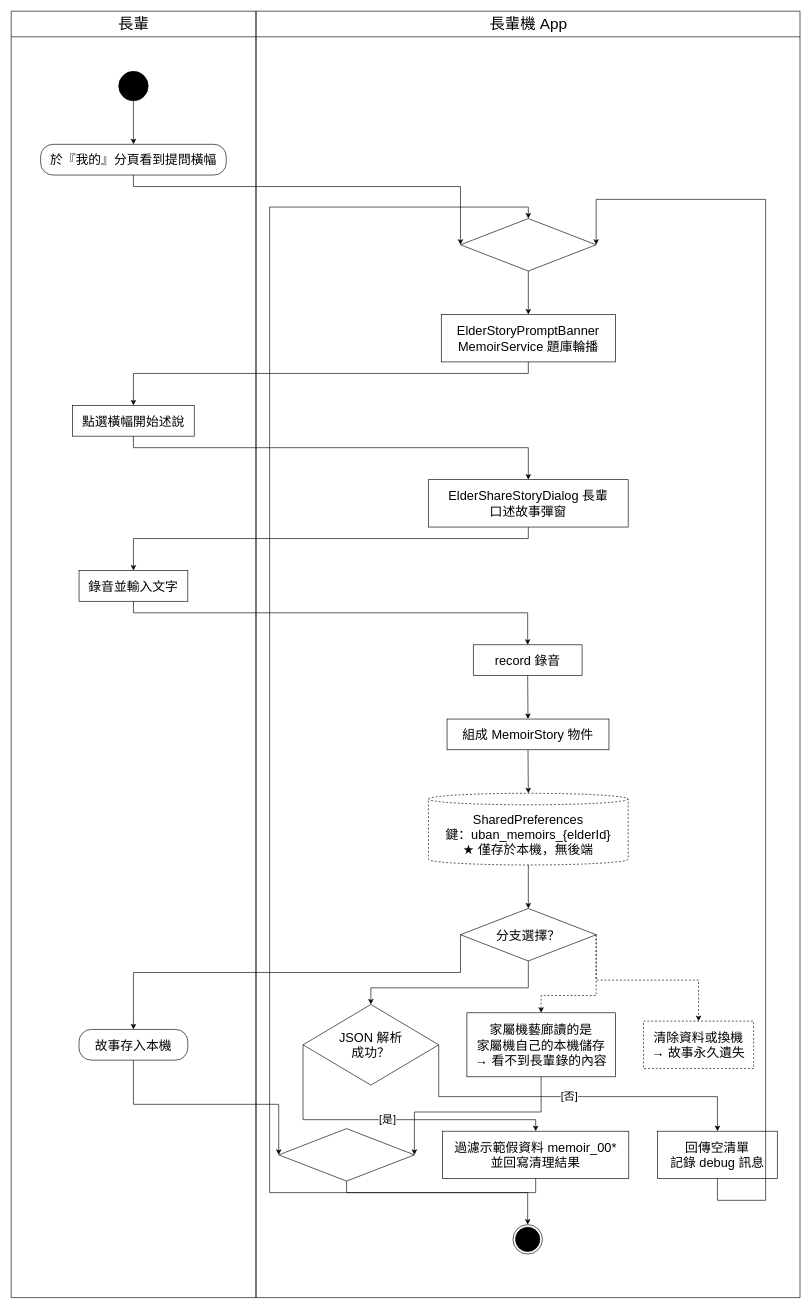
The draw.io diagram Uban System Documents/drawio圖/A12-生命回顧（長輩）.drawio in HuangYu-Kai/Uban, before the edit. Source tidied: cells renumbered, new cells numbered last; positions are measured from the earlier drawing's top-left corner, leaving out a move shared by most shapes. Both pictures are drawn from the tidied source at 64%, with x=0, y=0 at pixel (11, 11).
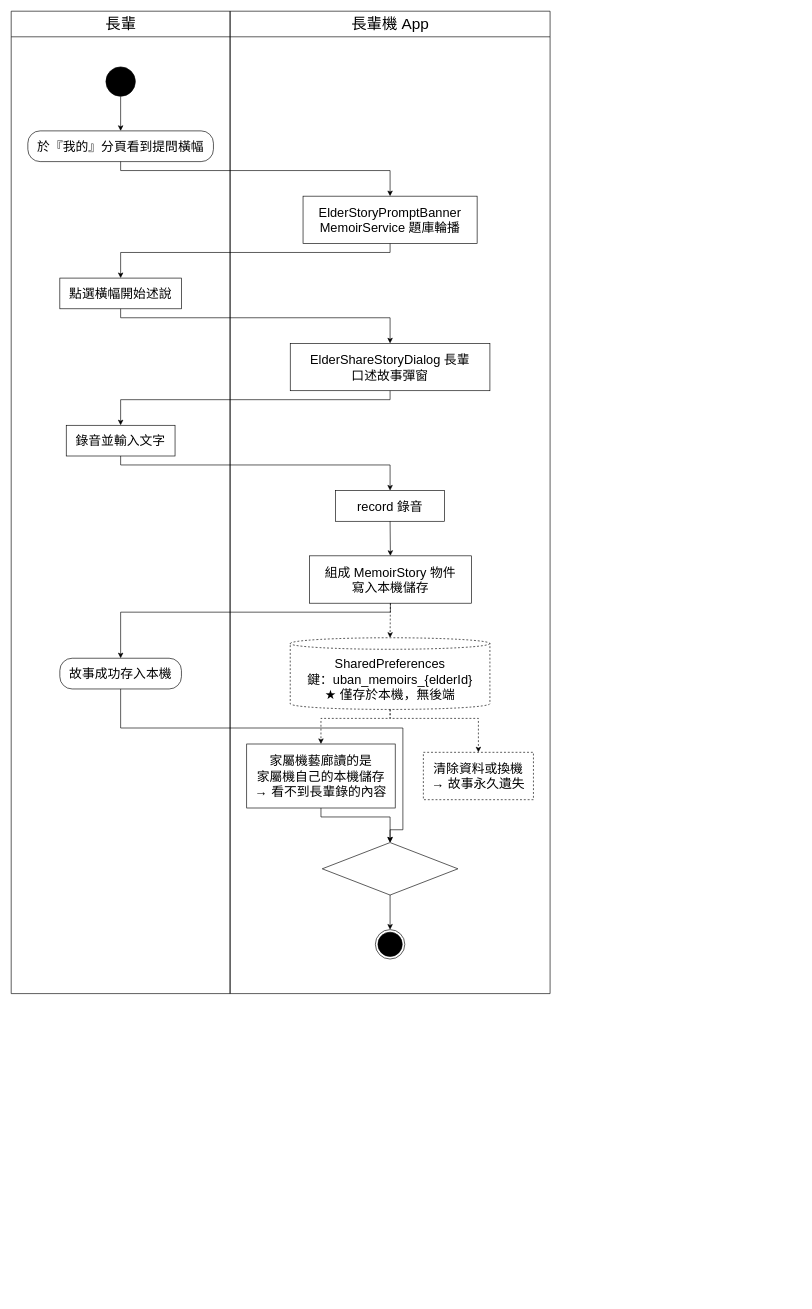
Above is the later version.

Change to the diagram source:
```diff
@@
     <mxCell id="2" value="長輩" style="swimlane;html=1;horizontal=1;startSize=40;fillColor=none;strokeColor=#000000;fontSize=24;fontColor=#000000;fontStyle=0;swimlaneFillColor=none;" parent="1" vertex="1">
-      <mxGeometry width="382.5" height="2010" as="geometry" />
+      <mxGeometry width="342" height="1535" as="geometry" />
     </mxCell>
     <mxCell id="3" value="長輩機 App" style="swimlane;html=1;horizontal=1;startSize=40;fillColor=none;strokeColor=#000000;fontSize=24;fontColor=#000000;fontStyle=0;swimlaneFillColor=none;" parent="1" vertex="1">
-      <mxGeometry x="382.5" width="850" height="2010" as="geometry" />
+      <mxGeometry x="342" width="500" height="1535" as="geometry" />
     </mxCell>
     <mxCell id="4" style="ellipse;html=1;fillColor=#000000;strokeColor=#000000;" parent="2" vertex="1">
-      <mxGeometry x="168" y="94" width="46" height="46" as="geometry" />
+      <mxGeometry x="148" y="87" width="46" height="46" as="geometry" />
     </mxCell>
     <mxCell id="5" value="於『我的』分頁看到提問橫幅" style="rounded=1;arcSize=40;whiteSpace=wrap;html=1;fillColor=#FFFFFF;strokeColor=#000000;fontSize=20;fontColor=#000000;" parent="2" vertex="1">
-      <mxGeometry x="46" y="208" width="290" height="48" as="geometry" />
+      <mxGeometry x="26" y="187" width="290" height="48" as="geometry" />
     </mxCell>
     <mxCell id="6" value="點選橫幅開始述說" style="rounded=0;whiteSpace=wrap;html=1;fillColor=#FFFFFF;strokeColor=#000000;fontSize=20;fontColor=#000000;" parent="2" vertex="1">
-      <mxGeometry x="96" y="616" width="190" height="48" as="geometry" />
+      <mxGeometry x="76" y="417" width="190" height="48" as="geometry" />
     </mxCell>
     <mxCell id="7" value="錄音並輸入文字" style="rounded=0;whiteSpace=wrap;html=1;fillColor=#FFFFFF;strokeColor=#000000;fontSize=20;fontColor=#000000;" parent="2" vertex="1">
-      <mxGeometry x="106" y="874" width="170" height="48" as="geometry" />
+      <mxGeometry x="86" y="647" width="170" height="48" as="geometry" />
     </mxCell>
-    <mxCell id="8" value="故事存入本機" style="rounded=1;arcSize=40;whiteSpace=wrap;html=1;fillColor=#FFFFFF;strokeColor=#000000;fontSize=20;fontColor=#000000;" parent="2" vertex="1">
-      <mxGeometry x="106" y="1591" width="170" height="48" as="geometry" />
+    <mxCell id="8" value="故事成功存入本機" style="rounded=1;arcSize=40;whiteSpace=wrap;html=1;fillColor=#FFFFFF;strokeColor=#000000;fontSize=20;fontColor=#000000;" parent="2" vertex="1">
+      <mxGeometry x="76" y="1011" width="190" height="48" as="geometry" />
     </mxCell>
     <mxCell id="9" value="ElderStoryPromptBanner&lt;br&gt;MemoirService 題庫輪播" style="rounded=0;whiteSpace=wrap;html=1;fillColor=#FFFFFF;strokeColor=#000000;fontSize=20;fontColor=#000000;" parent="3" vertex="1">
-      <mxGeometry x="289.5" y="474" width="272" height="74" as="geometry" />
+      <mxGeometry x="114" y="289" width="272" height="74" as="geometry" />
     </mxCell>
     <mxCell id="10" value="ElderShareStoryDialog 長輩&lt;br&gt;口述故事彈窗" style="rounded=0;whiteSpace=wrap;html=1;fillColor=#FFFFFF;strokeColor=#000000;fontSize=20;fontColor=#000000;" parent="3" vertex="1">
-      <mxGeometry x="269.5" y="732" width="312" height="74" as="geometry" />
+      <mxGeometry x="94" y="519" width="312" height="74" as="geometry" />
     </mxCell>
     <mxCell id="11" value="record 錄音" style="rounded=0;whiteSpace=wrap;html=1;fillColor=#FFFFFF;strokeColor=#000000;fontSize=20;fontColor=#000000;" parent="3" vertex="1">
-      <mxGeometry x="339.5" y="990" width="170" height="48" as="geometry" />
+      <mxGeometry x="165" y="749" width="170" height="48" as="geometry" />
     </mxCell>
-    <mxCell id="12" value="組成 MemoirStory 物件" style="rounded=0;whiteSpace=wrap;html=1;fillColor=#FFFFFF;strokeColor=#000000;fontSize=20;fontColor=#000000;" parent="3" vertex="1">
-      <mxGeometry x="298.5" y="1106" width="253" height="48" as="geometry" />
+    <mxCell id="12" value="組成 MemoirStory 物件&lt;br&gt;寫入本機儲存" style="rounded=0;whiteSpace=wrap;html=1;fillColor=#FFFFFF;strokeColor=#000000;fontSize=20;fontColor=#000000;" parent="3" vertex="1">
+      <mxGeometry x="124" y="851" width="253" height="74" as="geometry" />
     </mxCell>
-    <mxCell id="13" value="過濾示範假資料 memoir_00*&lt;br&gt;並回寫清理結果" style="rounded=0;whiteSpace=wrap;html=1;fillColor=#FFFFFF;strokeColor=#000000;fontSize=20;fontColor=#000000;" parent="3" vertex="1">
-      <mxGeometry x="291.5" y="1750" width="291" height="74" as="geometry" />
-    </mxCell>
-    <mxCell id="14" value="JSON 解析&lt;br&gt;成功？" style="rhombus;whiteSpace=wrap;html=1;fillColor=#FFFFFF;strokeColor=#000000;fontSize=20;fontColor=#000000;" parent="3" vertex="1">
-      <mxGeometry x="73.5" y="1552" width="212" height="126" as="geometry" />
-    </mxCell>
-    <mxCell id="15" value="回傳空清單&lt;br&gt;記錄 debug 訊息" style="rounded=0;whiteSpace=wrap;html=1;fillColor=#FFFFFF;strokeColor=#000000;fontSize=20;fontColor=#000000;" parent="3" vertex="1">
-      <mxGeometry x="627.5" y="1750" width="187" height="74" as="geometry" />
-    </mxCell>
     <mxCell id="16" value="SharedPreferences&lt;br&gt;鍵：uban_memoirs_{elderId}&lt;br&gt;★ 僅存於本機，無後端" style="shape=cylinder3;boundedLbl=1;backgroundOutline=1;size=9;whiteSpace=wrap;html=1;fillColor=#FFFFFF;strokeColor=#000000;fontSize=20;fontColor=#000000;dashed=1;" parent="3" vertex="1">
-      <mxGeometry x="269.5" y="1222" width="312" height="112" as="geometry" />
+      <mxGeometry x="94" y="979" width="312" height="112" as="geometry" />
     </mxCell>
     <mxCell id="17" value="家屬機藝廊讀的是&lt;br&gt;家屬機自己的本機儲存&lt;br&gt;→ 看不到長輩錄的內容" style="rounded=0;whiteSpace=wrap;html=1;fillColor=#FFFFFF;strokeColor=#000000;fontSize=20;fontColor=#000000;" parent="3" vertex="1">
-      <mxGeometry x="329.5" y="1565" width="232" height="100" as="geometry" />
+      <mxGeometry x="26" y="1145" width="232" height="100" as="geometry" />
     </mxCell>
     <mxCell id="18" value="清除資料或換機&lt;br&gt;→ 故事永久遺失" style="rounded=0;whiteSpace=wrap;html=1;fillColor=#FFFFFF;strokeColor=#000000;fontSize=20;fontColor=#000000;dashed=1;" parent="3" vertex="1">
-      <mxGeometry x="605.5" y="1578" width="172" height="74" as="geometry" />
+      <mxGeometry x="302" y="1158" width="172" height="74" as="geometry" />
     </mxCell>
-    <mxCell id="19" value="分支選擇？" style="rhombus;whiteSpace=wrap;html=1;fillColor=#FFFFFF;strokeColor=#000000;fontSize=20;fontColor=#000000;" parent="3" vertex="1">
-      <mxGeometry x="319.5" y="1402" width="212" height="82" as="geometry" />
-    </mxCell>
-    <mxCell id="20" style="rhombus;whiteSpace=wrap;html=1;fillColor=#FFFFFF;strokeColor=#000000;fontSize=20;fontColor=#000000;" parent="3" vertex="1">
-      <mxGeometry x="319.5" y="324" width="212" height="82" as="geometry" />
-    </mxCell>
     <mxCell id="21" style="rhombus;whiteSpace=wrap;html=1;fillColor=#FFFFFF;strokeColor=#000000;fontSize=20;fontColor=#000000;" parent="3" vertex="1">
-      <mxGeometry x="35.5" y="1746" width="212" height="82" as="geometry" />
+      <mxGeometry x="144" y="1299" width="212" height="82" as="geometry" />
     </mxCell>
     <mxCell id="22" style="ellipse;html=1;shape=endState;fillColor=#000000;strokeColor=#000000;" parent="3" vertex="1">
-      <mxGeometry x="401.5" y="1896" width="46" height="46" as="geometry" />
+      <mxGeometry x="227" y="1435" width="46" height="46" as="geometry" />
     </mxCell>
@@
-    <mxCell id="24" style="edgeStyle=none;rounded=0;html=1;strokeColor=#000000;fontSize=17;fontColor=#000000;labelBackgroundColor=#FFFFFF;endArrow=classic;endFill=1;exitPerimeter=0;entryPerimeter=0;exitX=0.5;exitY=1;exitDx=0;exitDy=0;entryX=0;entryY=0.5;entryDx=0;entryDy=0;" parent="1" edge="1" source="5" target="20">
+    <mxCell id="24" style="edgeStyle=none;rounded=0;html=1;strokeColor=#000000;fontSize=17;fontColor=#000000;labelBackgroundColor=#FFFFFF;endArrow=classic;endFill=1;exitPerimeter=0;entryPerimeter=0;exitX=0.5;exitY=1;exitDx=0;exitDy=0;entryX=0.5;entryY=0;entryDx=0;entryDy=0;" parent="1" edge="1" source="5" target="9">
       <mxGeometry relative="1" as="geometry">
         <Array as="points">
-          <mxPoint x="191" y="274" />
-          <mxPoint x="702" y="274" />
+          <mxPoint x="171" y="249" />
+          <mxPoint x="592" y="249" />
         </Array>
       </mxGeometry>
     </mxCell>
     <mxCell id="25" style="edgeStyle=none;rounded=0;html=1;strokeColor=#000000;fontSize=17;fontColor=#000000;labelBackgroundColor=#FFFFFF;endArrow=classic;endFill=1;exitPerimeter=0;entryPerimeter=0;exitX=0.5;exitY=1;exitDx=0;exitDy=0;entryX=0.5;entryY=0;entryDx=0;entryDy=0;" parent="1" edge="1" source="9" target="6">
       <mxGeometry relative="1" as="geometry">
         <Array as="points">
-          <mxPoint x="808" y="566" />
-          <mxPoint x="191" y="566" />
+          <mxPoint x="592" y="377" />
+          <mxPoint x="171" y="377" />
         </Array>
       </mxGeometry>
     </mxCell>
     <mxCell id="26" style="edgeStyle=none;rounded=0;html=1;strokeColor=#000000;fontSize=17;fontColor=#000000;labelBackgroundColor=#FFFFFF;endArrow=classic;endFill=1;exitPerimeter=0;entryPerimeter=0;exitX=0.5;exitY=1;exitDx=0;exitDy=0;entryX=0.5;entryY=0;entryDx=0;entryDy=0;" parent="1" edge="1" source="6" target="10">
       <mxGeometry relative="1" as="geometry">
         <Array as="points">
-          <mxPoint x="191" y="682" />
-          <mxPoint x="808" y="682" />
+          <mxPoint x="171" y="479" />
+          <mxPoint x="592" y="479" />
         </Array>
       </mxGeometry>
     </mxCell>
     <mxCell id="27" style="edgeStyle=none;rounded=0;html=1;strokeColor=#000000;fontSize=17;fontColor=#000000;labelBackgroundColor=#FFFFFF;endArrow=classic;endFill=1;exitPerimeter=0;entryPerimeter=0;exitX=0.5;exitY=1;exitDx=0;exitDy=0;entryX=0.5;entryY=0;entryDx=0;entryDy=0;" parent="1" edge="1" source="10" target="7">
       <mxGeometry relative="1" as="geometry">
         <Array as="points">
-          <mxPoint x="808" y="824" />
-          <mxPoint x="191" y="824" />
+          <mxPoint x="592" y="607" />
+          <mxPoint x="171" y="607" />
         </Array>
       </mxGeometry>
     </mxCell>
     <mxCell id="28" style="edgeStyle=none;rounded=0;html=1;strokeColor=#000000;fontSize=17;fontColor=#000000;labelBackgroundColor=#FFFFFF;endArrow=classic;endFill=1;exitPerimeter=0;entryPerimeter=0;exitX=0.5;exitY=1;exitDx=0;exitDy=0;entryX=0.5;entryY=0;entryDx=0;entryDy=0;" parent="1" edge="1" source="7" target="11">
       <mxGeometry relative="1" as="geometry">
         <Array as="points">
-          <mxPoint x="191" y="940" />
-          <mxPoint x="807" y="940" />
+          <mxPoint x="171" y="709" />
+          <mxPoint x="592" y="709" />
         </Array>
       </mxGeometry>
     </mxCell>
@@
-    <mxCell id="30" style="edgeStyle=none;rounded=0;html=1;strokeColor=#000000;fontSize=17;fontColor=#000000;labelBackgroundColor=#FFFFFF;endArrow=classic;endFill=1;exitPerimeter=0;entryPerimeter=0;exitX=0.5;exitY=1;exitDx=0;exitDy=0;entryX=0.5;entryY=0;entryDx=0;entryDy=0;" parent="1" edge="1" source="12" target="16">
+    <mxCell id="30" style="edgeStyle=none;rounded=0;html=1;strokeColor=#000000;fontSize=17;fontColor=#000000;labelBackgroundColor=#FFFFFF;endArrow=classic;endFill=1;exitPerimeter=0;entryPerimeter=0;dashed=1;exitX=0.5;exitY=1;exitDx=0;exitDy=0;entryX=0.5;entryY=0;entryDx=0;entryDy=0;" parent="1" edge="1" source="12" target="16">
       <mxGeometry relative="1" as="geometry" />
     </mxCell>
-    <mxCell id="31" style="edgeStyle=none;rounded=0;html=1;strokeColor=#000000;fontSize=17;fontColor=#000000;labelBackgroundColor=#FFFFFF;endArrow=classic;endFill=1;exitPerimeter=0;entryPerimeter=0;exitX=0;exitY=0.5;exitDx=0;exitDy=0;entryX=0.5;entryY=0;entryDx=0;entryDy=0;" parent="1" edge="1" source="19" target="8">
+    <mxCell id="31" style="edgeStyle=none;rounded=0;html=1;strokeColor=#000000;fontSize=17;fontColor=#000000;labelBackgroundColor=#FFFFFF;endArrow=classic;endFill=1;exitPerimeter=0;entryPerimeter=0;exitX=0.5;exitY=1;exitDx=0;exitDy=0;entryX=0.5;entryY=0;entryDx=0;entryDy=0;" parent="1" edge="1" source="12" target="8">
       <mxGeometry relative="1" as="geometry">
         <Array as="points">
-          <mxPoint x="702" y="1502" />
-          <mxPoint x="191" y="1502" />
+          <mxPoint x="592.5" y="939" />
+          <mxPoint x="171" y="939" />
         </Array>
       </mxGeometry>
     </mxCell>
-    <mxCell id="32" style="edgeStyle=none;rounded=0;html=1;strokeColor=#000000;fontSize=17;fontColor=#000000;labelBackgroundColor=#FFFFFF;endArrow=classic;endFill=1;exitPerimeter=0;entryPerimeter=0;exitX=0.5;exitY=1;exitDx=0;exitDy=0;entryX=0.5;entryY=0;entryDx=0;entryDy=0;" parent="1" edge="1" source="19" target="14">
+    <mxCell id="32" style="edgeStyle=none;rounded=0;html=1;strokeColor=#000000;fontSize=17;fontColor=#000000;labelBackgroundColor=#FFFFFF;endArrow=classic;endFill=1;exitPerimeter=0;entryPerimeter=0;dashed=1;exitX=0.5;exitY=1;exitDx=0;exitDy=0;entryX=0.5;entryY=0;entryDx=0;entryDy=0;" parent="1" edge="1" source="16" target="17">
       <mxGeometry relative="1" as="geometry">
         <Array as="points">
-          <mxPoint x="808" y="1526" />
-          <mxPoint x="562" y="1526" />
+          <mxPoint x="592" y="1105" />
+          <mxPoint x="484" y="1105" />
         </Array>
       </mxGeometry>
     </mxCell>
-    <mxCell id="33" value="[是]" style="edgeStyle=none;rounded=0;html=1;strokeColor=#000000;fontSize=17;fontColor=#000000;labelBackgroundColor=#FFFFFF;endArrow=classic;endFill=1;exitPerimeter=0;entryPerimeter=0;exitX=0;exitY=0.5;exitDx=0;exitDy=0;entryX=0.5;entryY=0;entryDx=0;entryDy=0;" parent="1" edge="1" source="14" target="13">
+    <mxCell id="33" style="edgeStyle=none;rounded=0;html=1;strokeColor=#000000;fontSize=17;fontColor=#000000;labelBackgroundColor=#FFFFFF;endArrow=classic;endFill=1;exitPerimeter=0;entryPerimeter=0;dashed=1;exitX=0.5;exitY=1;exitDx=0;exitDy=0;entryX=0.5;entryY=0;entryDx=0;entryDy=0;" parent="1" edge="1" source="16" target="18">
       <mxGeometry relative="1" as="geometry">
         <Array as="points">
-          <mxPoint x="456" y="1732" />
-          <mxPoint x="819.5" y="1732" />
+          <mxPoint x="592" y="1105" />
+          <mxPoint x="730" y="1105" />
         </Array>
       </mxGeometry>
     </mxCell>
-    <mxCell id="34" style="edgeStyle=none;rounded=0;html=1;strokeColor=#000000;fontSize=17;fontColor=#000000;labelBackgroundColor=#FFFFFF;endArrow=classic;endFill=1;exitPerimeter=0;entryPerimeter=0;exitX=0.5;exitY=1;exitDx=0;exitDy=0;entryX=0.5;entryY=0;entryDx=0;entryDy=0;" parent="1" edge="1" source="13" target="20">
+    <mxCell id="34" style="edgeStyle=none;rounded=0;html=1;strokeColor=#000000;fontSize=17;fontColor=#000000;labelBackgroundColor=#FFFFFF;endArrow=classic;endFill=1;exitPerimeter=0;entryPerimeter=0;exitX=0.5;exitY=1;exitDx=0;exitDy=0;entryX=0.5;entryY=0;entryDx=0;entryDy=0;" parent="1" edge="1" source="8" target="21">
       <mxGeometry relative="1" as="geometry">
         <Array as="points">
-          <mxPoint x="819.5" y="1846" />
-          <mxPoint x="403.8" y="1846" />
-          <mxPoint x="403.8" y="306" />
-          <mxPoint x="808" y="306" />
+          <mxPoint x="171" y="1120" />
+          <mxPoint x="612" y="1120" />
+          <mxPoint x="612" y="1279" />
+          <mxPoint x="592" y="1279" />
         </Array>
       </mxGeometry>
     </mxCell>
-    <mxCell id="35" value="[否]" style="edgeStyle=none;rounded=0;html=1;strokeColor=#000000;fontSize=17;fontColor=#000000;labelBackgroundColor=#FFFFFF;endArrow=classic;endFill=1;exitPerimeter=0;entryPerimeter=0;exitX=1;exitY=0.5;exitDx=0;exitDy=0;entryX=0.5;entryY=0;entryDx=0;entryDy=0;" parent="1" edge="1" source="14" target="15">
+    <mxCell id="35" style="edgeStyle=none;rounded=0;html=1;strokeColor=#000000;fontSize=17;fontColor=#000000;labelBackgroundColor=#FFFFFF;endArrow=classic;endFill=1;exitPerimeter=0;entryPerimeter=0;exitX=0.5;exitY=1;exitDx=0;exitDy=0;entryX=0.5;entryY=0;entryDx=0;entryDy=0;" parent="1" edge="1" source="17" target="21">
       <mxGeometry relative="1" as="geometry">
         <Array as="points">
-          <mxPoint x="668" y="1696" />
-          <mxPoint x="1103.5" y="1696" />
+          <mxPoint x="484" y="1259" />
+          <mxPoint x="592" y="1259" />
         </Array>
       </mxGeometry>
     </mxCell>
-    <mxCell id="36" style="edgeStyle=none;rounded=0;html=1;strokeColor=#000000;fontSize=17;fontColor=#000000;labelBackgroundColor=#FFFFFF;endArrow=classic;endFill=1;exitPerimeter=0;entryPerimeter=0;exitX=0.5;exitY=1;exitDx=0;exitDy=0;entryX=1;entryY=0.5;entryDx=0;entryDy=0;" parent="1" edge="1" source="15" target="20">
-      <mxGeometry relative="1" as="geometry">
-        <Array as="points">
-          <mxPoint x="1103.5" y="1858" />
-          <mxPoint x="1178.8" y="1858" />
-          <mxPoint x="1178.8" y="294" />
-          <mxPoint x="914" y="294" />
-        </Array>
-      </mxGeometry>
+    <mxCell id="36" style="edgeStyle=none;rounded=0;html=1;strokeColor=#000000;fontSize=17;fontColor=#000000;labelBackgroundColor=#FFFFFF;endArrow=classic;endFill=1;exitPerimeter=0;entryPerimeter=0;exitX=0.5;exitY=1;exitDx=0;exitDy=0;entryX=0.5;entryY=0;entryDx=0;entryDy=0;" parent="1" edge="1" source="21" target="22">
+      <mxGeometry relative="1" as="geometry" />
     </mxCell>
-    <mxCell id="37" style="edgeStyle=none;rounded=0;html=1;strokeColor=#000000;fontSize=17;fontColor=#000000;labelBackgroundColor=#FFFFFF;endArrow=classic;endFill=1;exitPerimeter=0;entryPerimeter=0;dashed=1;exitX=1;exitY=0.5;exitDx=0;exitDy=0;entryX=0.5;entryY=0;entryDx=0;entryDy=0;" parent="1" edge="1" source="19" target="17">
-      <mxGeometry relative="1" as="geometry">
-        <Array as="points">
-          <mxPoint x="914" y="1538" />
-          <mxPoint x="828" y="1538" />
-        </Array>
-      </mxGeometry>
-    </mxCell>
-    <mxCell id="38" style="edgeStyle=none;rounded=0;html=1;strokeColor=#000000;fontSize=17;fontColor=#000000;labelBackgroundColor=#FFFFFF;endArrow=classic;endFill=1;exitPerimeter=0;entryPerimeter=0;dashed=1;exitX=1;exitY=0.5;exitDx=0;exitDy=0;entryX=0.5;entryY=0;entryDx=0;entryDy=0;" parent="1" edge="1" source="19" target="18">
-      <mxGeometry relative="1" as="geometry">
-        <Array as="points">
-          <mxPoint x="914" y="1514" />
-          <mxPoint x="1074" y="1514" />
-        </Array>
-      </mxGeometry>
-    </mxCell>
-    <mxCell id="39" style="edgeStyle=none;rounded=0;html=1;strokeColor=#000000;fontSize=17;fontColor=#000000;labelBackgroundColor=#FFFFFF;endArrow=classic;endFill=1;exitPerimeter=0;entryPerimeter=0;exitX=0.5;exitY=1;exitDx=0;exitDy=0;entryX=0;entryY=0.5;entryDx=0;entryDy=0;" parent="1" edge="1" source="8" target="21">
-      <mxGeometry relative="1" as="geometry">
-        <Array as="points">
-          <mxPoint x="191" y="1708" />
-          <mxPoint x="418" y="1708" />
-        </Array>
-      </mxGeometry>
-    </mxCell>
-    <mxCell id="40" style="edgeStyle=none;rounded=0;html=1;strokeColor=#000000;fontSize=17;fontColor=#000000;labelBackgroundColor=#FFFFFF;endArrow=classic;endFill=1;exitPerimeter=0;entryPerimeter=0;exitX=0.5;exitY=1;exitDx=0;exitDy=0;entryX=1;entryY=0.5;entryDx=0;entryDy=0;" parent="1" edge="1" source="17" target="21">
-      <mxGeometry relative="1" as="geometry">
-        <Array as="points">
-          <mxPoint x="828" y="1720" />
-          <mxPoint x="630" y="1720" />
-        </Array>
-      </mxGeometry>
-    </mxCell>
-    <mxCell id="41" style="edgeStyle=none;rounded=0;html=1;strokeColor=#000000;fontSize=17;fontColor=#000000;labelBackgroundColor=#FFFFFF;endArrow=classic;endFill=1;exitPerimeter=0;entryPerimeter=0;exitX=0.5;exitY=1;exitDx=0;exitDy=0;entryX=0.5;entryY=0;entryDx=0;entryDy=0;" parent="1" edge="1" source="16" target="19">
-      <mxGeometry relative="1" as="geometry" />
-    </mxCell>
-    <mxCell id="42" style="edgeStyle=none;rounded=0;html=1;strokeColor=#000000;fontSize=17;fontColor=#000000;labelBackgroundColor=#FFFFFF;endArrow=classic;endFill=1;exitPerimeter=0;entryPerimeter=0;exitX=0.5;exitY=1;exitDx=0;exitDy=0;entryX=0.5;entryY=0;entryDx=0;entryDy=0;" parent="1" edge="1" source="20" target="9">
-      <mxGeometry relative="1" as="geometry" />
-    </mxCell>
-    <mxCell id="43" style="edgeStyle=none;rounded=0;html=1;strokeColor=#000000;fontSize=17;fontColor=#000000;labelBackgroundColor=#FFFFFF;endArrow=classic;endFill=1;exitPerimeter=0;entryPerimeter=0;exitX=0.5;exitY=1;exitDx=0;exitDy=0;entryX=0.5;entryY=0;entryDx=0;entryDy=0;" parent="1" edge="1" source="21" target="22">
-      <mxGeometry relative="1" as="geometry">
-        <Array as="points">
-          <mxPoint x="524" y="1846" />
-          <mxPoint x="807" y="1846" />
-        </Array>
-      </mxGeometry>
-    </mxCell>
```
